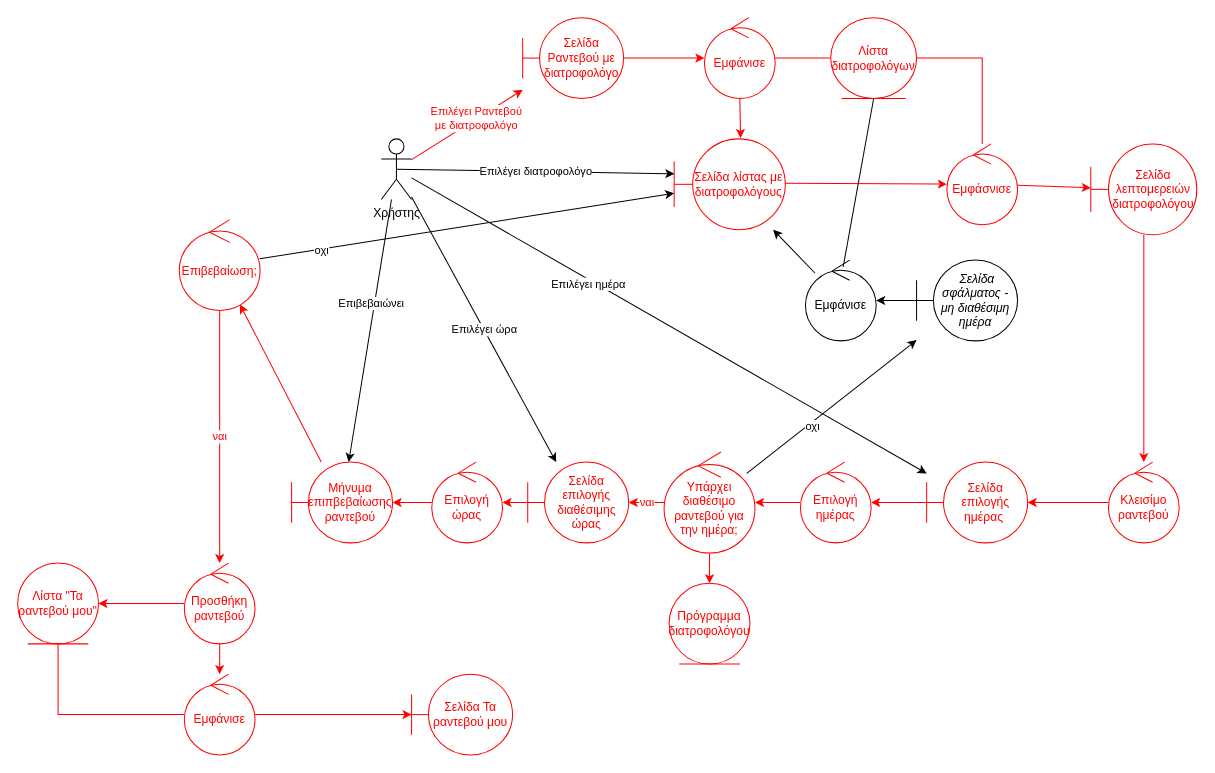
This is ΤΕΤΑΡΤΟ ΠΑΡΑΔΟΤΕΟ/Διορθώσεις προηγούμενων παραδοτέων/Καινούργια robustness/rd_ραντεβού_με_διατροφολόγο.drawio from Dionkaps/Eu-Zin, a draw.io file, before an edit. Source tidied: cells renumbered, new cells numbered last; positions are measured from the earlier drawing's top-left corner, leaving out a move shared by most shapes. Both pictures are drawn from the tidied source at 101%, with x=0, y=0 at pixel (17, 17).
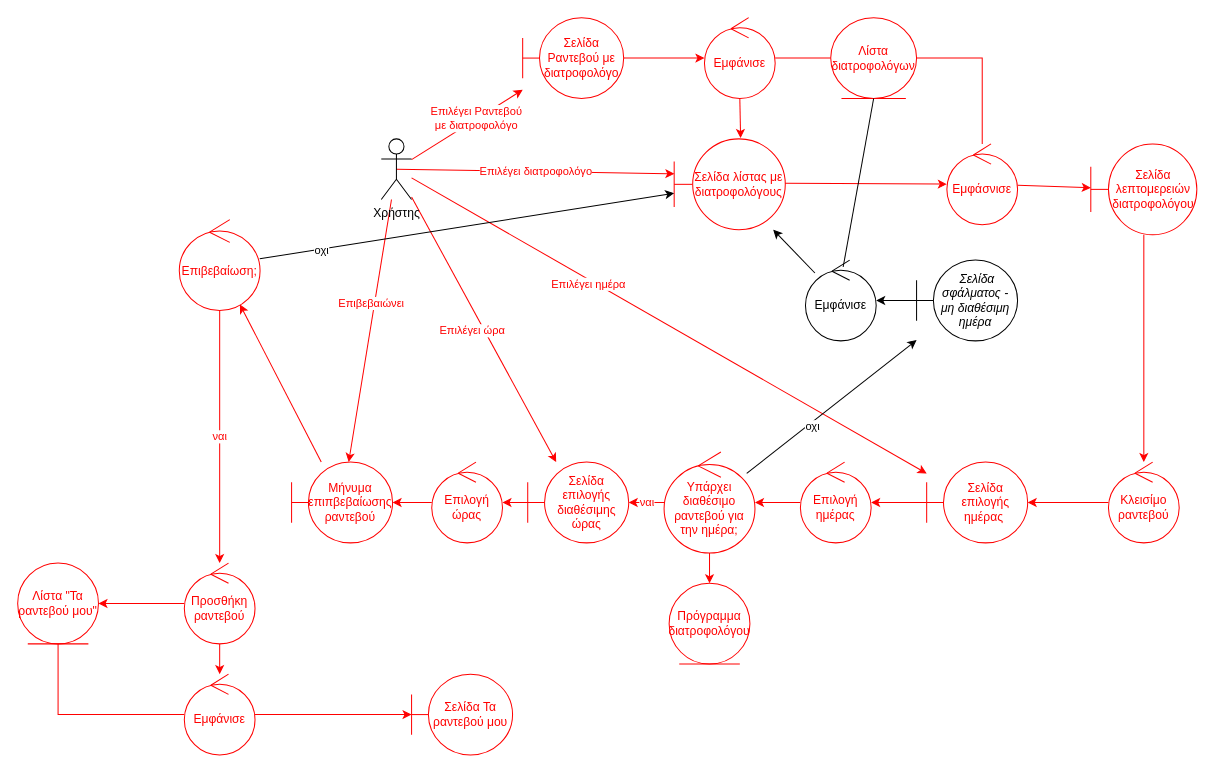
The same diagram, later.

Unchanged cells that the change refers to:
```xml
<mxCell id="11" value="Χρήστης" style="shape=umlActor;verticalLabelPosition=bottom;verticalAlign=top;html=1;" parent="1" vertex="1">
  <mxGeometry x="360" y="120" width="30" height="60" as="geometry" />
</mxCell>
<mxCell id="17" value="&lt;font color=&quot;#ff0000&quot;&gt;Σελίδα λίστας με διατροφολόγους&lt;/font&gt;" style="shape=umlBoundary;whiteSpace=wrap;html=1;strokeColor=#FF0000;" parent="1" vertex="1">
  <mxGeometry x="650" y="120" width="110" height="90" as="geometry" />
</mxCell>
<mxCell id="28" value="&lt;font color=&quot;#ff0000&quot;&gt;Σελίδα επιλογής ημέρας&amp;nbsp;&lt;/font&gt;" style="shape=umlBoundary;whiteSpace=wrap;html=1;strokeColor=#FF0000;" parent="1" vertex="1">
  <mxGeometry x="900" y="440" width="100" height="80" as="geometry" />
</mxCell>
<mxCell id="41" value="&lt;font color=&quot;#ff0000&quot;&gt;Σελίδα επιλογής διαθέσιμης ώρας&lt;/font&gt;" style="shape=umlBoundary;whiteSpace=wrap;html=1;strokeColor=#FF0000;" parent="1" vertex="1">
  <mxGeometry x="505" y="440" width="100" height="80" as="geometry" />
</mxCell>
<mxCell id="45" value="&lt;font color=&quot;#ff0000&quot;&gt;Μήνυμα επιπβεβαίωσης ραντεβού&lt;/font&gt;" style="shape=umlBoundary;whiteSpace=wrap;html=1;strokeColor=#FF0000;" parent="1" vertex="1">
  <mxGeometry x="271.2" y="440" width="100" height="80" as="geometry" />
</mxCell>
```

Change to the diagram source:
```diff
@@
-    <mxCell id="4" style="rounded=0;jettySize=auto;html=1;exitX=0.5;exitY=0.5;exitDx=0;exitDy=0;exitPerimeter=0;entryX=0.002;entryY=0.385;entryDx=0;entryDy=0;entryPerimeter=0;" parent="1" edge="1" source="11" target="17">
+    <mxCell id="4" style="rounded=0;jettySize=auto;html=1;exitX=0.5;exitY=0.5;exitDx=0;exitDy=0;exitPerimeter=0;entryX=0.002;entryY=0.385;entryDx=0;entryDy=0;entryPerimeter=0;strokeColor=#FF0000;" parent="1" edge="1" source="11" target="17">
       <mxGeometry relative="1" as="geometry" />
     </mxCell>
-    <mxCell id="5" value="Επιλέγει διατροφολόγο" style="edgeLabel;html=1;align=center;verticalAlign=middle;" parent="4" vertex="1">
+    <mxCell id="5" value="Επιλέγει διατροφολόγο" style="edgeLabel;html=1;align=center;verticalAlign=middle;fontColor=#FF0000;" parent="4" vertex="1">
       <mxGeometry x="-0.18" relative="1" as="geometry">
         <mxPoint x="25" as="offset" />
       </mxGeometry>
     </mxCell>
-    <mxCell id="6" style="rounded=0;jettySize=auto;html=1;" parent="1" edge="1" source="11" target="28">
+    <mxCell id="6" style="rounded=0;jettySize=auto;html=1;strokeColor=#FF0000;" parent="1" edge="1" source="11" target="28">
       <mxGeometry relative="1" as="geometry" />
     </mxCell>
-    <mxCell id="7" value="Επιλέγει ημέρα" style="edgeLabel;html=1;align=center;verticalAlign=middle;" parent="6" vertex="1">
+    <mxCell id="7" value="Επιλέγει ημέρα" style="edgeLabel;html=1;align=center;verticalAlign=middle;fontColor=#FF0000;" parent="6" vertex="1">
       <mxGeometry x="-0.31" y="-3" relative="1" as="geometry">
         <mxPoint y="1" as="offset" />
       </mxGeometry>
     </mxCell>
-    <mxCell id="8" value="Επιλέγει ώρα" style="rounded=0;jettySize=auto;html=1;" parent="1" edge="1" source="11" target="41">
-      <mxGeometry relative="1" as="geometry" />
+    <mxCell id="8" value="&lt;font color=&quot;#ff0000&quot;&gt;Επιλέγει ώρα&lt;/font&gt;" style="rounded=0;jettySize=auto;html=1;strokeColor=#FF0000;" parent="1" edge="1" source="11" target="41">
+      <mxGeometry x="-0.03" y="-11" relative="1" as="geometry" />
     </mxCell>
-    <mxCell id="9" style="rounded=0;jettySize=auto;html=1;" parent="1" edge="1" source="11" target="45">
+    <mxCell id="9" style="rounded=0;jettySize=auto;html=1;strokeColor=#FF0000;" parent="1" edge="1" source="11" target="45">
       <mxGeometry relative="1" as="geometry" />
     </mxCell>
-    <mxCell id="10" value="Επιβεβαιώνει" style="edgeLabel;html=1;align=center;verticalAlign=middle;" parent="9" vertex="1">
+    <mxCell id="10" value="Επιβεβαιώνει" style="edgeLabel;html=1;align=center;verticalAlign=middle;fontColor=#FF0000;" parent="9" vertex="1">
       <mxGeometry x="-0.2" y="-4" relative="1" as="geometry" />
     </mxCell>
```
